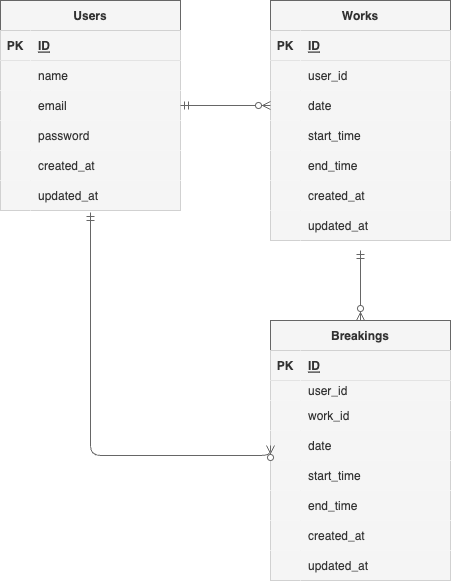
This is index.drawio.png from Guttyan/attendance-system, a draw.io export, as it was before one commit. Source tidied: cells renumbered, new cells last; positions are measured from the earlier drawing's top-left corner, leaving out a move shared by most shapes.
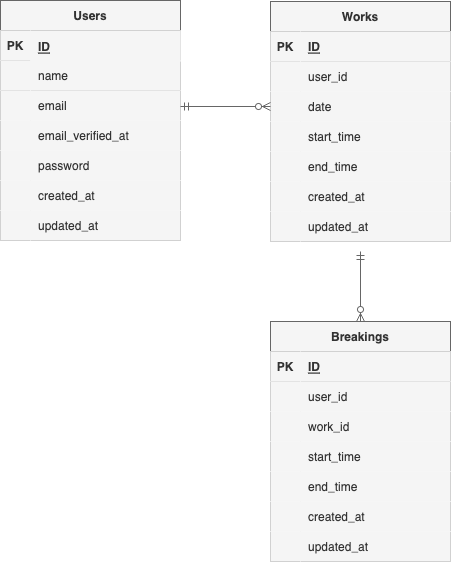
After the change.

Diff of the diagram source:
```diff
@@ -3,37 +3,46 @@
     <mxCell id="0" />
     <mxCell id="1" parent="0" />
     <mxCell id="2" value="Users" style="shape=table;startSize=30;rowLines=0;fontStyle=1;align=center;fillColor=#f5f5f5;fontColor=#333333;strokeColor=#666666;" parent="1" vertex="1">
-      <mxGeometry width="180" height="210" as="geometry" />
+      <mxGeometry y="-1" width="180" height="240" as="geometry" />
     </mxCell>
+    <mxCell id="71" style="shape=tableRow;horizontal=0;startSize=0;swimlaneHead=0;swimlaneBody=0;fillColor=#f5f5f5;top=0;left=0;right=0;bottom=1;fontColor=#333333;strokeColor=#666666;" parent="2" vertex="1">
+      <mxGeometry y="30" width="180" height="30" as="geometry" />
+    </mxCell>
+    <mxCell id="72" value="PK" style="shape=partialRectangle;fillColor=#f5f5f5;top=0;left=0;bottom=0;right=0;fontStyle=1;overflow=hidden;fontColor=#333333;strokeColor=#666666;" parent="71" vertex="1">
+      <mxGeometry width="30" height="30" as="geometry" />
+    </mxCell>
+    <mxCell id="73" style="shape=partialRectangle;fillColor=#f5f5f5;top=0;left=0;bottom=0;right=0;align=left;spacingLeft=6;fontStyle=5;overflow=hidden;fontColor=#333333;strokeColor=#666666;" parent="71" vertex="1">
+      <mxGeometry x="30" width="150" height="30" as="geometry" />
+    </mxCell>
     <mxCell id="3" style="shape=tableRow;horizontal=0;startSize=0;swimlaneHead=0;swimlaneBody=0;fillColor=#f5f5f5;top=0;left=0;right=0;bottom=1;fontColor=#333333;strokeColor=#666666;" parent="2" vertex="1">
-      <mxGeometry y="30" width="180" height="30" as="geometry" />
+      <mxGeometry y="60" width="180" height="30" as="geometry" />
     </mxCell>
-    <mxCell id="4" value="PK" style="shape=partialRectangle;fillColor=#f5f5f5;top=0;left=0;bottom=0;right=0;fontStyle=1;overflow=hidden;fontColor=#333333;strokeColor=#666666;" parent="3" vertex="1">
+    <mxCell id="4" style="shape=partialRectangle;fillColor=#f5f5f5;top=0;left=0;bottom=0;right=0;fontStyle=1;overflow=hidden;fontColor=#333333;strokeColor=#666666;" parent="3" vertex="1">
       <mxGeometry width="30" height="30" as="geometry" />
     </mxCell>
-    <mxCell id="5" value="ID" style="shape=partialRectangle;fillColor=#f5f5f5;top=0;left=0;bottom=0;right=0;align=left;spacingLeft=6;fontStyle=5;overflow=hidden;fontColor=#333333;strokeColor=#666666;" parent="3" vertex="1">
+    <mxCell id="5" value="name" style="shape=partialRectangle;fillColor=#f5f5f5;top=0;left=0;bottom=0;right=0;align=left;spacingLeft=6;fontStyle=0;overflow=hidden;fontColor=#333333;strokeColor=#666666;" parent="3" vertex="1">
       <mxGeometry x="30" width="150" height="30" as="geometry" />
     </mxCell>
     <mxCell id="6" style="shape=tableRow;horizontal=0;startSize=0;swimlaneHead=0;swimlaneBody=0;fillColor=#f5f5f5;top=0;left=0;right=0;bottom=0;fontColor=#333333;strokeColor=#666666;" parent="2" vertex="1">
-      <mxGeometry y="60" width="180" height="30" as="geometry" />
+      <mxGeometry y="90" width="180" height="30" as="geometry" />
     </mxCell>
     <mxCell id="7" style="shape=partialRectangle;fillColor=#f5f5f5;top=0;left=0;bottom=0;right=0;overflow=hidden;fontColor=#333333;strokeColor=#666666;" parent="6" vertex="1">
       <mxGeometry width="30" height="30" as="geometry" />
     </mxCell>
-    <mxCell id="8" value="name" style="shape=partialRectangle;fillColor=#f5f5f5;top=0;left=0;bottom=0;right=0;align=left;spacingLeft=6;overflow=hidden;fontColor=#333333;strokeColor=#666666;" parent="6" vertex="1">
+    <mxCell id="8" value="email" style="shape=partialRectangle;fillColor=#f5f5f5;top=0;left=0;bottom=0;right=0;align=left;spacingLeft=6;overflow=hidden;fontColor=#333333;strokeColor=#666666;" parent="6" vertex="1">
       <mxGeometry x="30" width="150" height="30" as="geometry" />
     </mxCell>
     <mxCell id="9" style="shape=tableRow;horizontal=0;startSize=0;swimlaneHead=0;swimlaneBody=0;fillColor=#f5f5f5;points=[[0,0.5],[1,0.5]];portConstraint=eastwest;top=0;left=0;right=0;bottom=0;fontColor=#333333;strokeColor=#666666;" parent="2" vertex="1">
-      <mxGeometry y="90" width="180" height="30" as="geometry" />
+      <mxGeometry y="120" width="180" height="30" as="geometry" />
     </mxCell>
     <mxCell id="10" style="shape=partialRectangle;fillColor=#f5f5f5;top=0;left=0;bottom=0;right=0;overflow=hidden;fontColor=#333333;strokeColor=#666666;" parent="9" vertex="1">
       <mxGeometry width="30" height="30" as="geometry" />
     </mxCell>
-    <mxCell id="11" value="email" style="shape=partialRectangle;fillColor=#f5f5f5;top=0;left=0;bottom=0;right=0;align=left;spacingLeft=6;overflow=hidden;fontColor=#333333;strokeColor=#666666;" parent="9" vertex="1">
+    <mxCell id="11" value="email_verified_at" style="shape=partialRectangle;fillColor=#f5f5f5;top=0;left=0;bottom=0;right=0;align=left;spacingLeft=6;overflow=hidden;fontColor=#333333;strokeColor=#666666;" parent="9" vertex="1">
       <mxGeometry x="30" width="150" height="30" as="geometry" />
     </mxCell>
     <mxCell id="12" style="shape=tableRow;horizontal=0;startSize=0;swimlaneHead=0;swimlaneBody=0;fillColor=#f5f5f5;top=0;left=0;right=0;bottom=0;fontColor=#333333;strokeColor=#666666;" parent="2" vertex="1">
-      <mxGeometry y="120" width="180" height="30" as="geometry" />
+      <mxGeometry y="150" width="180" height="30" as="geometry" />
     </mxCell>
     <mxCell id="13" style="shape=partialRectangle;fillColor=#f5f5f5;top=0;left=0;bottom=0;right=0;overflow=hidden;fontColor=#333333;strokeColor=#666666;" parent="12" vertex="1">
       <mxGeometry width="30" height="30" as="geometry" />
@@ -42,7 +51,7 @@
       <mxGeometry x="30" width="150" height="30" as="geometry" />
     </mxCell>
     <mxCell id="15" style="shape=tableRow;horizontal=0;startSize=0;swimlaneHead=0;swimlaneBody=0;fillColor=#f5f5f5;top=0;left=0;right=0;bottom=0;fontColor=#333333;strokeColor=#666666;" parent="2" vertex="1">
-      <mxGeometry y="150" width="180" height="30" as="geometry" />
+      <mxGeometry y="180" width="180" height="30" as="geometry" />
     </mxCell>
     <mxCell id="16" style="shape=partialRectangle;fillColor=#f5f5f5;top=0;left=0;bottom=0;right=0;overflow=hidden;fontColor=#333333;strokeColor=#666666;" parent="15" vertex="1">
       <mxGeometry width="30" height="30" as="geometry" />
@@ -50,13 +59,13 @@
     <mxCell id="17" value="created_at" style="shape=partialRectangle;fillColor=#f5f5f5;top=0;left=0;bottom=0;right=0;align=left;spacingLeft=6;overflow=hidden;fontColor=#333333;strokeColor=#666666;" parent="15" vertex="1">
       <mxGeometry x="30" width="150" height="30" as="geometry" />
     </mxCell>
-    <mxCell id="18" style="shape=tableRow;horizontal=0;startSize=0;swimlaneHead=0;swimlaneBody=0;fillColor=#f5f5f5;points=[[0,0.5],[1,0.5]];portConstraint=eastwest;top=0;left=0;right=0;bottom=0;fontColor=#333333;strokeColor=#666666;" parent="2" vertex="1">
-      <mxGeometry y="180" width="180" height="30" as="geometry" />
-    </mxCell>
-    <mxCell id="19" style="shape=partialRectangle;fillColor=#f5f5f5;top=0;left=0;bottom=0;right=0;overflow=hidden;fontColor=#333333;strokeColor=#666666;" parent="18" vertex="1">
-      <mxGeometry width="30" height="30" as="geometry" />
-    </mxCell>
+    <mxCell id="74" style="shape=tableRow;horizontal=0;startSize=0;swimlaneHead=0;swimlaneBody=0;fillColor=#f5f5f5;top=0;left=0;right=0;bottom=0;fontColor=#333333;strokeColor=#666666;" parent="2" vertex="1">
+      <mxGeometry y="210" width="180" height="30" as="geometry" />
+    </mxCell>
+    <mxCell id="75" style="shape=partialRectangle;fillColor=#f5f5f5;top=0;left=0;bottom=0;right=0;overflow=hidden;fontColor=#333333;strokeColor=#666666;" parent="74" vertex="1">
+      <mxGeometry width="30" height="30" as="geometry" />
+    </mxCell>
-    <mxCell id="20" value="updated_at" style="shape=partialRectangle;fillColor=#f5f5f5;top=0;left=0;bottom=0;right=0;align=left;spacingLeft=6;overflow=hidden;fontColor=#333333;strokeColor=#666666;" parent="18" vertex="1">
+    <mxCell id="20" value="updated_at" style="shape=partialRectangle;fillColor=#f5f5f5;top=0;left=0;bottom=0;right=0;align=left;spacingLeft=6;overflow=hidden;fontColor=#333333;strokeColor=#666666;" parent="74" vertex="1">
       <mxGeometry x="30" width="150" height="30" as="geometry" />
     </mxCell>
     <mxCell id="21" value="Works" style="shape=table;startSize=30;rowLines=0;fontStyle=1;align=center;fillColor=#f5f5f5;fontColor=#333333;strokeColor=#666666;" parent="1" vertex="1">
@@ -126,7 +135,7 @@
       <mxGeometry x="30" width="150" height="30" as="geometry" />
     </mxCell>
     <mxCell id="43" value="Breakings" style="shape=table;startSize=30;rowLines=0;fontStyle=1;align=center;fillColor=#f5f5f5;fontColor=#333333;strokeColor=#666666;" parent="1" vertex="1">
-      <mxGeometry x="270" y="320" width="180" height="260" as="geometry" />
+      <mxGeometry x="270" y="320" width="180" height="240" as="geometry" />
     </mxCell>
     <mxCell id="44" style="shape=tableRow;horizontal=0;startSize=0;swimlaneHead=0;swimlaneBody=0;fillColor=#f5f5f5;top=0;left=0;right=0;bottom=1;fontColor=#333333;strokeColor=#666666;" parent="43" vertex="1">
       <mxGeometry y="30" width="180" height="30" as="geometry" />
@@ -138,16 +147,16 @@
       <mxGeometry x="30" width="150" height="30" as="geometry" />
     </mxCell>
     <mxCell id="47" style="shape=tableRow;horizontal=0;startSize=0;swimlaneHead=0;swimlaneBody=0;fillColor=#f5f5f5;top=0;left=0;right=0;bottom=0;fontColor=#333333;strokeColor=#666666;" parent="43" vertex="1">
-      <mxGeometry y="60" width="180" height="20" as="geometry" />
+      <mxGeometry y="60" width="180" height="30" as="geometry" />
     </mxCell>
     <mxCell id="48" style="shape=partialRectangle;fillColor=#f5f5f5;top=0;left=0;bottom=0;right=0;overflow=hidden;fontColor=#333333;strokeColor=#666666;" parent="47" vertex="1">
-      <mxGeometry width="30" height="20" as="geometry" />
+      <mxGeometry width="30" height="30" as="geometry" />
     </mxCell>
     <mxCell id="49" value="user_id" style="shape=partialRectangle;fillColor=#f5f5f5;top=0;left=0;bottom=0;right=0;align=left;spacingLeft=6;overflow=hidden;fontColor=#333333;strokeColor=#666666;" parent="47" vertex="1">
-      <mxGeometry x="30" width="150" height="20" as="geometry" />
+      <mxGeometry x="30" width="150" height="30" as="geometry" />
     </mxCell>
     <mxCell id="50" style="shape=tableRow;horizontal=0;startSize=0;swimlaneHead=0;swimlaneBody=0;fillColor=#f5f5f5;top=0;left=0;right=0;bottom=0;fontColor=#333333;strokeColor=#666666;" parent="43" vertex="1">
-      <mxGeometry y="80" width="180" height="30" as="geometry" />
+      <mxGeometry y="90" width="180" height="30" as="geometry" />
     </mxCell>
     <mxCell id="51" style="shape=partialRectangle;fillColor=#f5f5f5;top=0;left=0;bottom=0;right=0;overflow=hidden;fontColor=#333333;strokeColor=#666666;" parent="50" vertex="1">
       <mxGeometry width="30" height="30" as="geometry" />
@@ -155,17 +164,8 @@
     <mxCell id="52" value="work_id" style="shape=partialRectangle;fillColor=#f5f5f5;top=0;left=0;bottom=0;right=0;align=left;spacingLeft=6;overflow=hidden;fontColor=#333333;strokeColor=#666666;" parent="50" vertex="1">
       <mxGeometry x="30" width="150" height="30" as="geometry" />
     </mxCell>
-    <mxCell id="53" style="shape=tableRow;horizontal=0;startSize=0;swimlaneHead=0;swimlaneBody=0;fillColor=#f5f5f5;points=[[0,0.5],[1,0.5]];portConstraint=eastwest;top=0;left=0;right=0;bottom=0;fontColor=#333333;strokeColor=#666666;" parent="43" vertex="1">
-      <mxGeometry y="110" width="180" height="30" as="geometry" />
-    </mxCell>
-    <mxCell id="54" style="shape=partialRectangle;fillColor=#f5f5f5;top=0;left=0;bottom=0;right=0;overflow=hidden;fontColor=#333333;strokeColor=#666666;" parent="53" vertex="1">
-      <mxGeometry width="30" height="30" as="geometry" />
-    </mxCell>
-    <mxCell id="55" value="date" style="shape=partialRectangle;fillColor=#f5f5f5;top=0;left=0;bottom=0;right=0;align=left;spacingLeft=6;overflow=hidden;fontColor=#333333;strokeColor=#666666;" parent="53" vertex="1">
-      <mxGeometry x="30" width="150" height="30" as="geometry" />
-    </mxCell>
     <mxCell id="56" style="shape=tableRow;horizontal=0;startSize=0;swimlaneHead=0;swimlaneBody=0;fillColor=#f5f5f5;top=0;left=0;right=0;bottom=0;fontColor=#333333;strokeColor=#666666;" parent="43" vertex="1">
-      <mxGeometry y="140" width="180" height="30" as="geometry" />
+      <mxGeometry y="120" width="180" height="30" as="geometry" />
     </mxCell>
     <mxCell id="57" style="shape=partialRectangle;fillColor=#f5f5f5;top=0;left=0;bottom=0;right=0;overflow=hidden;fontColor=#333333;strokeColor=#666666;" parent="56" vertex="1">
       <mxGeometry width="30" height="30" as="geometry" />
@@ -174,7 +174,7 @@
       <mxGeometry x="30" width="150" height="30" as="geometry" />
     </mxCell>
     <mxCell id="59" style="shape=tableRow;horizontal=0;startSize=0;swimlaneHead=0;swimlaneBody=0;fillColor=#f5f5f5;top=0;left=0;right=0;bottom=0;fontColor=#333333;strokeColor=#666666;" parent="43" vertex="1">
-      <mxGeometry y="170" width="180" height="30" as="geometry" />
+      <mxGeometry y="150" width="180" height="30" as="geometry" />
     </mxCell>
     <mxCell id="60" style="shape=partialRectangle;fillColor=#f5f5f5;top=0;left=0;bottom=0;right=0;overflow=hidden;fontColor=#333333;strokeColor=#666666;" parent="59" vertex="1">
       <mxGeometry width="30" height="30" as="geometry" />
@@ -183,7 +183,7 @@
       <mxGeometry x="30" width="150" height="30" as="geometry" />
     </mxCell>
     <mxCell id="62" style="shape=tableRow;horizontal=0;startSize=0;swimlaneHead=0;swimlaneBody=0;fillColor=#f5f5f5;top=0;left=0;right=0;bottom=0;fontColor=#333333;strokeColor=#666666;" parent="43" vertex="1">
-      <mxGeometry y="200" width="180" height="30" as="geometry" />
+      <mxGeometry y="180" width="180" height="30" as="geometry" />
     </mxCell>
     <mxCell id="63" style="shape=partialRectangle;fillColor=#f5f5f5;top=0;left=0;bottom=0;right=0;overflow=hidden;fontColor=#333333;strokeColor=#666666;" parent="62" vertex="1">
       <mxGeometry width="30" height="30" as="geometry" />
@@ -192,7 +192,7 @@
       <mxGeometry x="30" width="150" height="30" as="geometry" />
     </mxCell>
     <mxCell id="65" style="shape=tableRow;horizontal=0;startSize=0;swimlaneHead=0;swimlaneBody=0;fillColor=#f5f5f5;top=0;left=0;right=0;bottom=0;fontColor=#333333;strokeColor=#666666;" parent="43" vertex="1">
-      <mxGeometry y="230" width="180" height="30" as="geometry" />
+      <mxGeometry y="210" width="180" height="30" as="geometry" />
     </mxCell>
     <mxCell id="66" style="shape=partialRectangle;fillColor=#f5f5f5;top=0;left=0;bottom=0;right=0;overflow=hidden;fontColor=#333333;strokeColor=#666666;" parent="65" vertex="1">
       <mxGeometry width="30" height="30" as="geometry" />
@@ -200,10 +200,12 @@
     <mxCell id="67" value="updated_at" style="shape=partialRectangle;fillColor=#f5f5f5;top=0;left=0;bottom=0;right=0;align=left;spacingLeft=6;overflow=hidden;fontColor=#333333;strokeColor=#666666;" parent="65" vertex="1">
       <mxGeometry x="30" width="150" height="30" as="geometry" />
     </mxCell>
-    <mxCell id="68" style="edgeStyle=entityRelationEdgeStyle;fontSize=12;html=1;endArrow=ERzeroToMany;startArrow=ERmandOne;exitX=1;exitY=0.5;exitDx=0;exitDy=0;entryX=0;entryY=0.5;entryDx=0;entryDy=0;fillColor=#f5f5f5;strokeColor=#666666;" parent="1" edge="1" source="9" target="28">
-      <mxGeometry relative="1" as="geometry" />
+    <mxCell id="68" style="edgeStyle=entityRelationEdgeStyle;fontSize=12;html=1;endArrow=ERzeroToMany;startArrow=ERmandOne;entryX=0;entryY=0.5;entryDx=0;entryDy=0;fillColor=#f5f5f5;strokeColor=#666666;" parent="1" edge="1" target="28">
+      <mxGeometry relative="1" as="geometry">
+        <mxPoint x="180" y="105" as="sourcePoint" />
+      </mxGeometry>
     </mxCell>
-    <mxCell id="69" style="edgeStyle=orthogonalEdgeStyle;fontSize=12;html=1;endArrow=ERzeroToMany;startArrow=ERmandOne;exitX=0.5;exitY=1.067;exitDx=0;exitDy=0;exitPerimeter=0;entryX=0;entryY=0.5;entryDx=0;entryDy=0;fillColor=#f5f5f5;strokeColor=#666666;" parent="1" edge="1" source="18" target="53">
+    <mxCell id="69" style="edgeStyle=orthogonalEdgeStyle;fontSize=12;html=1;endArrow=ERzeroToMany;startArrow=ERmandOne;exitX=0.5;exitY=1.067;exitDx=0;exitDy=0;exitPerimeter=0;entryX=0;entryY=0.5;entryDx=0;entryDy=0;fillColor=#f5f5f5;strokeColor=#666666;" parent="1" edge="1" source="x" target="x">
       <mxGeometry relative="1" as="geometry">
         <Array as="points">
           <mxPoint x="90" y="455" />
@@ -215,5 +217,8 @@
         <mxPoint x="360" y="250" as="sourcePoint" />
       </mxGeometry>
     </mxCell>
+    <mxCell id="76" value="ID" style="shape=partialRectangle;fillColor=#f5f5f5;top=0;left=0;bottom=0;right=0;align=left;spacingLeft=6;fontStyle=5;overflow=hidden;fontColor=#333333;strokeColor=#666666;labelBorderColor=none;" parent="1" vertex="1">
+      <mxGeometry x="30" y="30" width="150" height="30" as="geometry" />
+    </mxCell>
   </root>
 </mxGraphModel>
```
